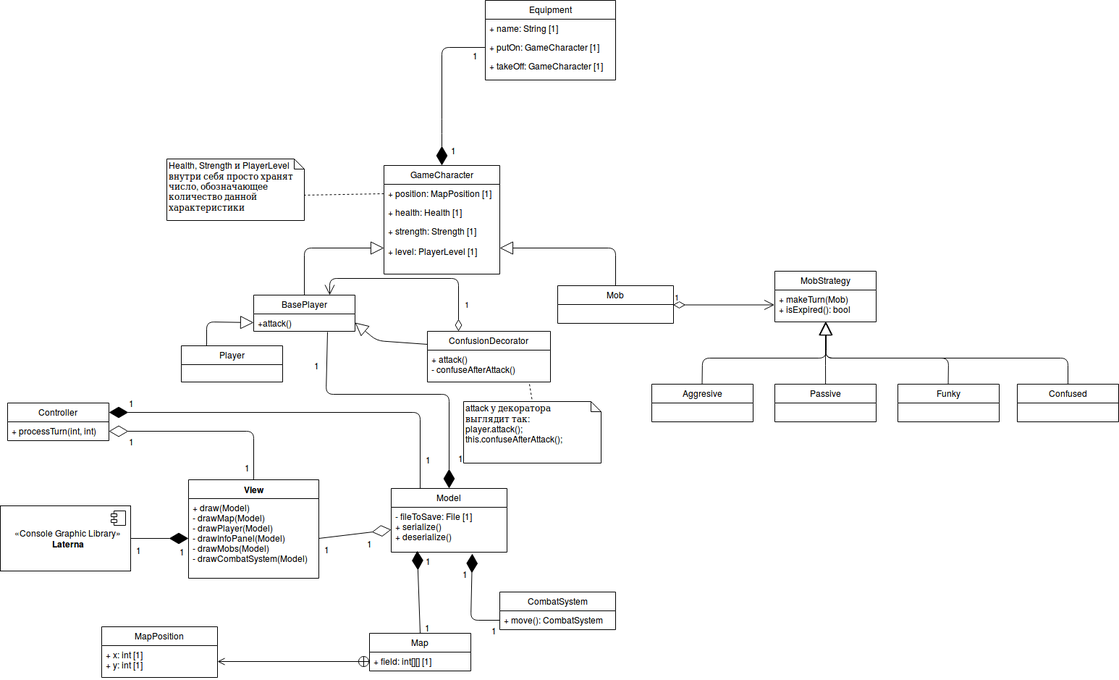
Before: hw06/ClassDiagram.png, a diagram exported from draw.io (RamSaw/SoftwareDesign). Source tidied: cells renumbered, new cells last; positions are measured from the earlier drawing's top-left corner, leaving out a move shared by most shapes.
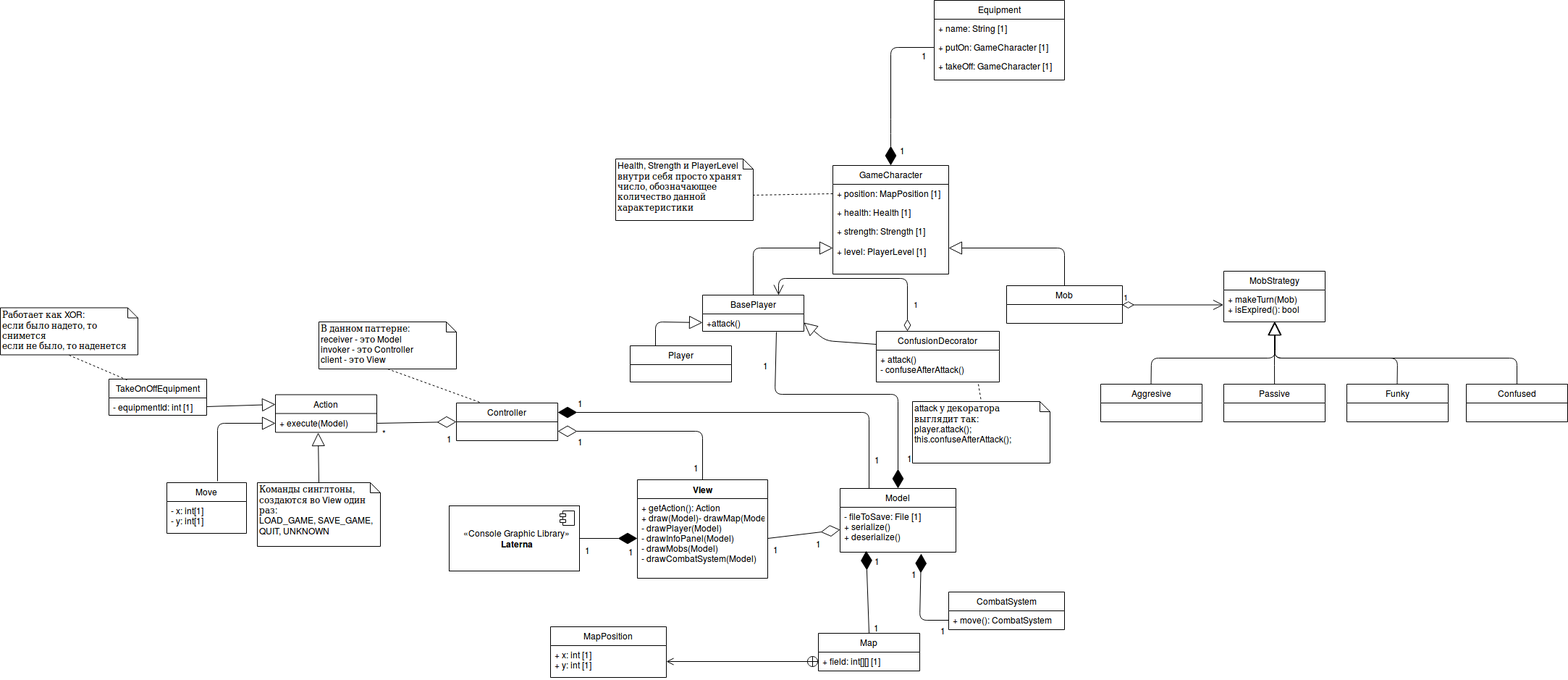
After the change.

What changed in the source:
```diff
@@ -5,7 +5,7 @@
     <mxCell id="2" value="View" style="swimlane;fontStyle=1;align=center;verticalAlign=top;horizontal=1;startSize=26;" parent="1" vertex="1">
       <mxGeometry x="260" y="662" width="180" height="136" as="geometry" />
     </mxCell>
-    <mxCell id="3" value="+ draw(Model)&#10;- drawMap(Model)&#10;- drawPlayer(Model)&#10;- drawInfoPanel(Model)&#10;- drawMobs(Model)&#10;- drawCombatSystem(Model)&#10;" style="text;strokeColor=none;fillColor=none;align=left;verticalAlign=top;spacingLeft=4;spacingRight=4;overflow=hidden;points=[[0,0.5],[1,0.5]];portConstraint=eastwest;" parent="2" vertex="1">
+    <mxCell id="3" value="+ getAction(): Action&#10;+ draw(Model)- drawMap(Model)&#10;- drawPlayer(Model)&#10;- drawInfoPanel(Model)&#10;- drawMobs(Model)&#10;- drawCombatSystem(Model)&#10;" style="text;strokeColor=none;fillColor=none;align=left;verticalAlign=top;spacingLeft=4;spacingRight=4;overflow=hidden;points=[[0,0.5],[1,0.5]];portConstraint=eastwest;" parent="2" vertex="1">
       <mxGeometry y="26" width="180" height="110" as="geometry" />
     </mxCell>
     <mxCell id="4" style="endArrow=diamondThin;endFill=1;endSize=24;html=1;entryX=0;entryY=0.5;entryDx=0;entryDy=0;exitX=1;exitY=0.5;exitDx=0;exitDy=0;" parent="1" edge="1" source="7" target="3">
@@ -196,11 +196,9 @@
     <mxCell id="47" value="Controller" style="swimlane;fontStyle=0;horizontal=1;startSize=26;fillColor=none;" parent="1" vertex="1">
       <mxGeometry x="10" y="556" width="140" height="52" as="geometry" />
     </mxCell>
-    <mxCell id="48" value="+ processTurn(int, int)" style="text;strokeColor=none;fillColor=none;align=left;verticalAlign=top;spacingLeft=4;spacingRight=4;overflow=hidden;points=[[0,0.5],[1,0.5]];portConstraint=eastwest;" parent="47" vertex="1">
-      <mxGeometry y="26" width="140" height="26" as="geometry" />
-    </mxCell>
-    <mxCell id="49" style="endArrow=diamondThin;endFill=0;endSize=24;html=1;exitX=0.5;exitY=0;exitDx=0;exitDy=0;entryX=1;entryY=0.5;entryDx=0;entryDy=0;" parent="1" edge="1" source="2" target="48">
+    <mxCell id="49" style="endArrow=diamondThin;endFill=0;endSize=24;html=1;exitX=0.5;exitY=0;exitDx=0;exitDy=0;entryX=1;entryY=0.5;entryDx=0;entryDy=0;" parent="1" edge="1" source="2">
       <mxGeometry relative="1" as="geometry">
+        <mxPoint x="150" y="595" as="targetPoint" />
         <Array as="points">
           <mxPoint x="350" y="595" />
         </Array>
@@ -327,5 +325,65 @@
     <mxCell id="74" value="- fileToSave: File [1]&#10;+ serialize()&#10;+ deserialize()&#10;" style="text;strokeColor=none;fillColor=none;align=left;verticalAlign=top;spacingLeft=4;spacingRight=4;overflow=hidden;points=[[0,0.5],[1,0.5]];portConstraint=eastwest;" parent="73" vertex="1">
       <mxGeometry y="26" width="160" height="62" as="geometry" />
     </mxCell>
+    <mxCell id="75" value="Action" style="swimlane;fontStyle=0;horizontal=1;startSize=26;fillColor=none;" parent="1" vertex="1">
+      <mxGeometry x="-240" y="544.5" width="140" height="52" as="geometry" />
+    </mxCell>
+    <mxCell id="76" value="+ execute(Model)" style="text;strokeColor=none;fillColor=none;align=left;verticalAlign=top;spacingLeft=4;spacingRight=4;overflow=hidden;points=[[0,0.5],[1,0.5]];portConstraint=eastwest;" parent="75" vertex="1">
+      <mxGeometry y="26" width="140" height="26" as="geometry" />
+    </mxCell>
+    <mxCell id="77" value="В данном паттерне:&lt;div&gt;receiver - это Model&lt;/div&gt;&lt;div&gt;invoker - это Controller&lt;/div&gt;&lt;div&gt;client - это View&lt;br&gt;&lt;/div&gt;" style="shape=note;whiteSpace=wrap;html=1;size=14;verticalAlign=top;align=left;spacingTop=-6;" parent="1" vertex="1">
+      <mxGeometry x="-180" y="444" width="190" height="65" as="geometry" />
+    </mxCell>
+    <mxCell id="78" style="endArrow=none;dashed=1;html=1;entryX=0.25;entryY=0;entryDx=0;entryDy=0;exitX=0.5;exitY=1;exitDx=0;exitDy=0;exitPerimeter=0;" parent="1" edge="1" source="77" target="47">
+      <mxGeometry relative="1" as="geometry" />
+    </mxCell>
+    <mxCell id="79" style="endArrow=block;endSize=16;endFill=0;html=1;entryX=0;entryY=0.5;entryDx=0;entryDy=0;" parent="1" edge="1" target="76">
+      <mxGeometry relative="1" as="geometry">
+        <mxPoint x="-320" y="664" as="sourcePoint" />
+        <Array as="points">
+          <mxPoint x="-320" y="584" />
+        </Array>
+      </mxGeometry>
+    </mxCell>
+    <mxCell id="80" value="Move" style="swimlane;fontStyle=0;horizontal=1;startSize=26;fillColor=none;" parent="1" vertex="1">
+      <mxGeometry x="-390" y="666" width="110" height="70" as="geometry" />
+    </mxCell>
+    <mxCell id="81" value="- x: int[1]&#10;- y: int[1]" style="text;strokeColor=none;fillColor=none;align=left;verticalAlign=top;spacingLeft=4;spacingRight=4;overflow=hidden;" parent="80" vertex="1">
+      <mxGeometry y="26" width="110" height="44" as="geometry" />
+    </mxCell>
+    <mxCell id="82" style="endArrow=diamondThin;endFill=0;endSize=24;html=1;exitX=1;exitY=0.5;exitDx=0;exitDy=0;entryX=0;entryY=0.5;entryDx=0;entryDy=0;" parent="1" edge="1" source="76" target="47">
+      <mxGeometry relative="1" as="geometry" />
+    </mxCell>
+    <mxCell id="83" value="*" style="text;html=1;align=center;verticalAlign=middle;labelBackgroundColor=#ffffff;" parent="82" vertex="1">
+      <mxGeometry x="-0.72" y="-1" relative="1" as="geometry">
+        <mxPoint x="-5" y="12" as="offset" />
+      </mxGeometry>
+    </mxCell>
+    <mxCell id="84" value="1" style="text;html=1;align=center;verticalAlign=middle;labelBackgroundColor=#ffffff;" parent="82" vertex="1">
+      <mxGeometry x="0.34" relative="1" as="geometry">
+        <mxPoint x="26" y="21.5" as="offset" />
+      </mxGeometry>
+    </mxCell>
+    <mxCell id="85" style="endArrow=block;endSize=16;endFill=0;html=1;entryX=0.421;entryY=1.019;entryDx=0;entryDy=0;entryPerimeter=0;exitX=0.5;exitY=0;exitDx=0;exitDy=0;exitPerimeter=0;" parent="1" edge="1" source="86" target="76">
+      <mxGeometry relative="1" as="geometry" />
+    </mxCell>
+    <mxCell id="86" value="&lt;div&gt;Команды синглтоны, создаются во View один раз:&lt;/div&gt;&lt;div&gt;LOAD_GAME, SAVE_GAME, QUIT, UNKNOWN&lt;br&gt;&lt;/div&gt;" style="shape=note;whiteSpace=wrap;html=1;size=14;verticalAlign=top;align=left;spacingTop=-6;" parent="1" vertex="1">
+      <mxGeometry x="-265" y="666" width="170" height="88" as="geometry" />
+    </mxCell>
+    <mxCell id="87" style="endArrow=block;endSize=16;endFill=0;html=1;entryX=0;entryY=0.25;entryDx=0;entryDy=0;exitX=1;exitY=0.5;exitDx=0;exitDy=0;" parent="1" edge="1" source="89" target="75">
+      <mxGeometry relative="1" as="geometry" />
+    </mxCell>
+    <mxCell id="88" value="TakeOnOffEquipment" style="swimlane;fontStyle=0;horizontal=1;startSize=26;fillColor=none;" parent="1" vertex="1">
+      <mxGeometry x="-470" y="523" width="135" height="50" as="geometry" />
+    </mxCell>
+    <mxCell id="89" value="- equipmentId: int [1]" style="text;strokeColor=none;fillColor=none;align=left;verticalAlign=top;spacingLeft=4;spacingRight=4;overflow=hidden;points=[[0,0.5],[1,0.5]];portConstraint=eastwest;" parent="88" vertex="1">
+      <mxGeometry y="26" width="135" height="24" as="geometry" />
+    </mxCell>
+    <mxCell id="90" value="&lt;div&gt;Работает как XOR:&lt;/div&gt;&lt;div&gt;если было надето, то снимется&lt;/div&gt;&lt;div&gt;если не было, то наденется&lt;br&gt;&lt;/div&gt;" style="shape=note;whiteSpace=wrap;html=1;size=14;verticalAlign=top;align=left;spacingTop=-6;" parent="1" vertex="1">
+      <mxGeometry x="-620" y="424.5" width="190" height="65" as="geometry" />
+    </mxCell>
+    <mxCell id="91" style="endArrow=none;dashed=1;html=1;entryX=0.2;entryY=0.04;entryDx=0;entryDy=0;exitX=0.5;exitY=1;exitDx=0;exitDy=0;exitPerimeter=0;entryPerimeter=0;" parent="1" edge="1" source="90" target="88">
+      <mxGeometry relative="1" as="geometry" />
+    </mxCell>
   </root>
 </mxGraphModel>
```
